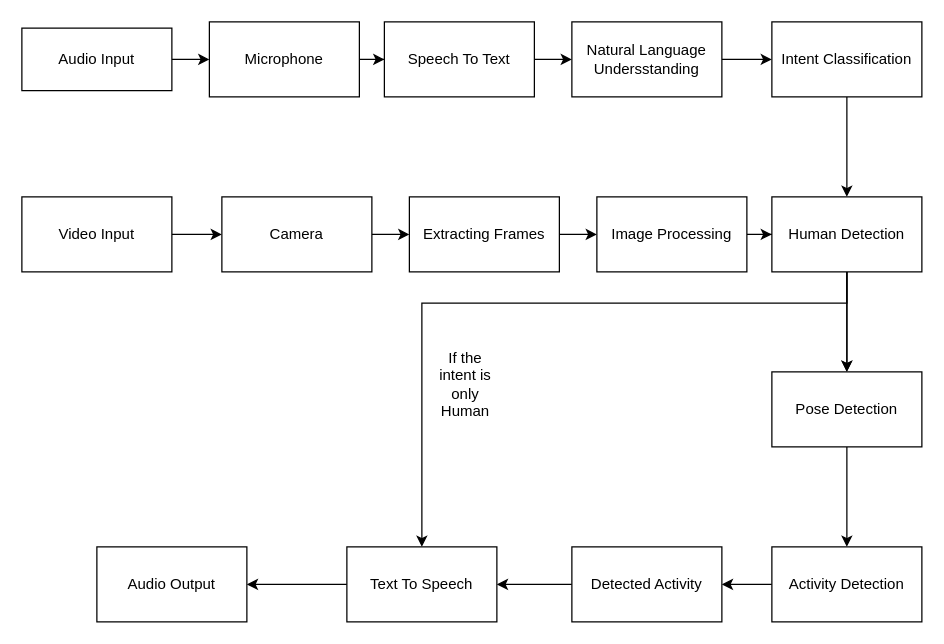
Earlier version of the draw.io diagram Artecture.drawio (ahmad2001hotmailyahoo/ahmad-arc). Source tidied: cells renumbered, new cells numbered last; positions are measured from the earlier drawing's top-left corner, leaving out a move shared by most shapes. Both pictures are drawn from the tidied source at 125%, with x=0, y=0 at pixel (21, 21).
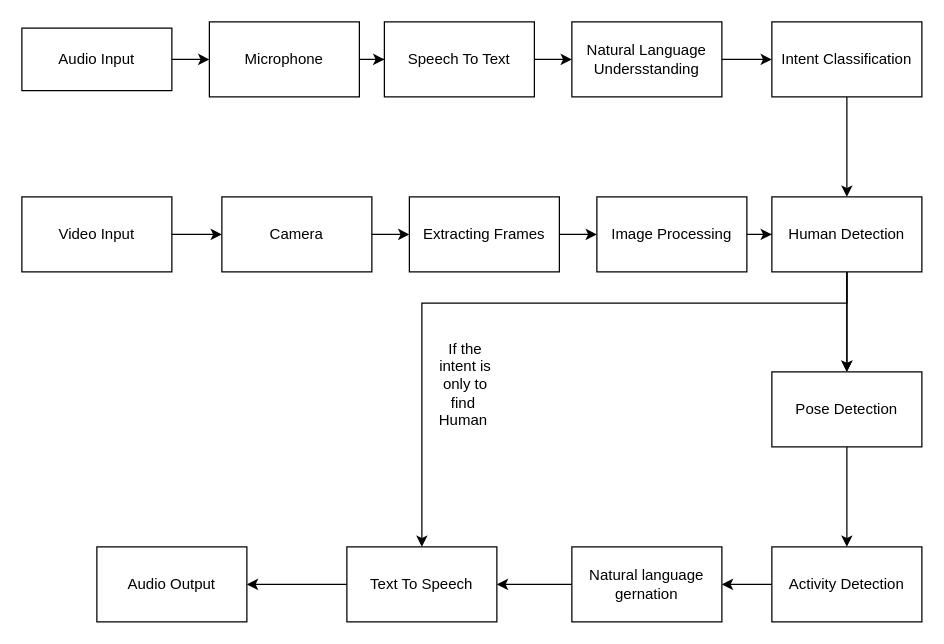
Above is the later version.

What changed in the source:
```diff
@@
-    <mxCell id="27" value="Detected Activity" style="whiteSpace=wrap;html=1;rounded=0;" parent="1" vertex="1">
+    <mxCell id="27" value="Natural language gernation" style="whiteSpace=wrap;html=1;rounded=0;" parent="1" vertex="1">
       <mxGeometry x="440" y="420" width="120" height="60" as="geometry" />
     </mxCell>
@@
-    <mxCell id="33" value="If the intent is only Human" style="text;html=1;strokeColor=none;fillColor=none;align=center;verticalAlign=middle;whiteSpace=wrap;rounded=0;" parent="1" vertex="1">
+    <mxCell id="33" value="If the intent is only to find&amp;nbsp; Human&amp;nbsp;" style="text;html=1;strokeColor=none;fillColor=none;align=center;verticalAlign=middle;whiteSpace=wrap;rounded=0;" parent="1" vertex="1">
       <mxGeometry x="325" y="275" width="60" height="30" as="geometry" />
     </mxCell>
```
